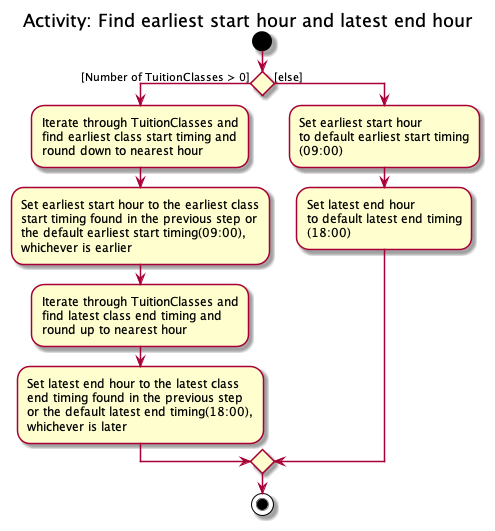
Before: docs/images/FindEarliestAndLatestHourActivityDiagram-Activity__Find_earliest_start_hour_and_latest_end_hour.png, a diagram exported from PlantUML (softmagnet/tp).
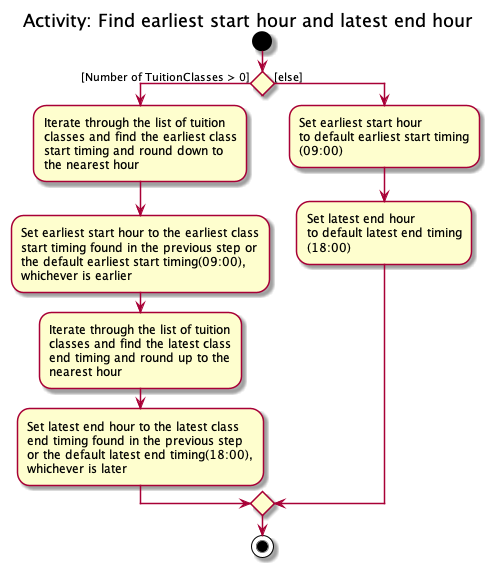
The same diagram one commit later.

Change to the diagram source:
```diff
@@ -2,9 +2,9 @@
 title: Activity: Find earliest start hour and latest end hour
 start
 if () then ([Number of TuitionClasses > 0])
-    :Iterate through TuitionClasses and\nfind earliest class start timing and\nround down to nearest hour;
+    :Iterate through the list of tuition\nclasses and find the earliest class\nstart timing and round down to\nthe nearest hour;
     :Set earliest start hour to the earliest class\nstart timing found in the previous step or\nthe default earliest start timing(09:00),\nwhichever is earlier;
-    :Iterate through TuitionClasses and\nfind latest class end timing and\nround up to nearest hour;
+    :Iterate through the list of tuition\nclasses and find the latest class\nend timing and round up to the\nnearest hour;
     :Set latest end hour to the latest class\nend timing found in the previous step\nor the default latest end timing(18:00),\nwhichever is later;
 
 
```
